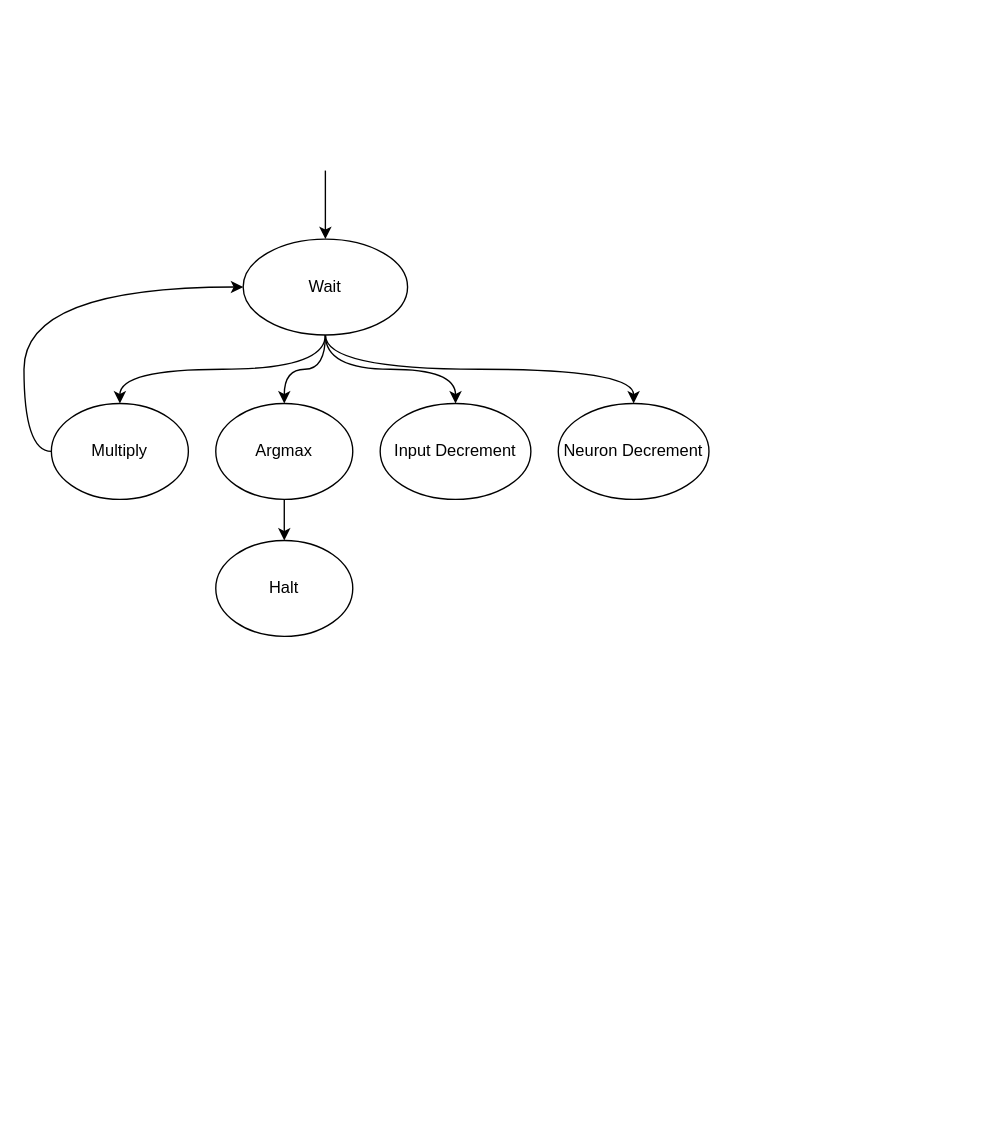
This is page "Page-5" (3 of 3) of concept.drawio from itsmartinhi/NN2HW, a draw.io file, before an edit. Source tidied: cells renumbered, new cells numbered last; positions are measured from the earlier drawing's top-left corner, leaving out a move shared by most shapes. Both pictures are drawn from the tidied source at 137%, with x=0, y=0 at pixel (51, 170).
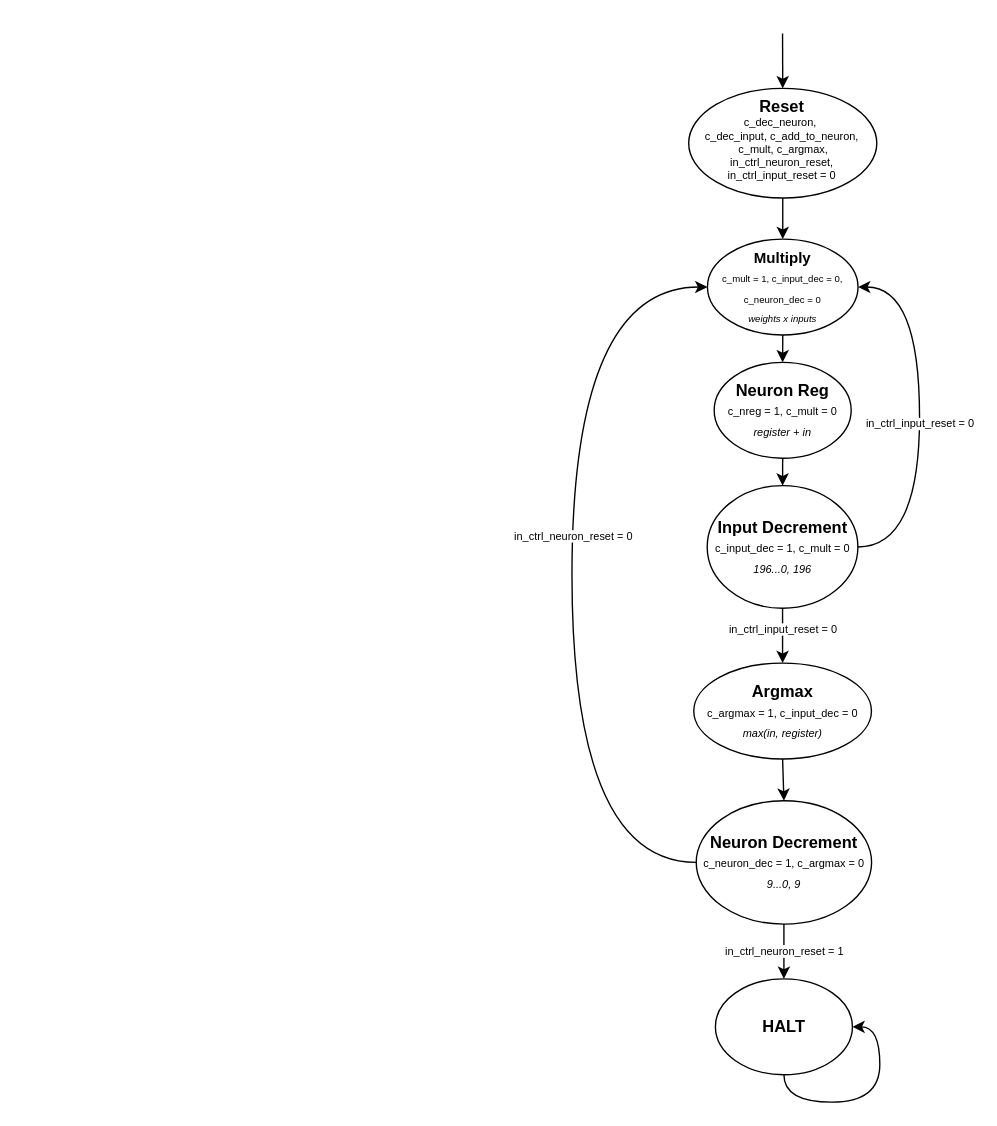
Above is the later version.

Change to the diagram source:
```diff
@@
-    <mxCell id="2" style="edgeStyle=orthogonalEdgeStyle;rounded=0;jettySize=auto;html=1;exitX=0.5;exitY=1;exitDx=0;exitDy=0;entryX=0.5;entryY=0;entryDx=0;entryDy=0;curved=1;" parent="1" edge="1" source="6" target="9">
-      <mxGeometry relative="1" as="geometry" />
-    </mxCell>
-    <mxCell id="3" style="edgeStyle=orthogonalEdgeStyle;rounded=0;jettySize=auto;html=1;exitX=0.5;exitY=1;exitDx=0;exitDy=0;entryX=0.5;entryY=0;entryDx=0;entryDy=0;curved=1;" parent="1" edge="1" source="6" target="11">
-      <mxGeometry relative="1" as="geometry" />
-    </mxCell>
-    <mxCell id="4" style="edgeStyle=orthogonalEdgeStyle;curved=1;rounded=0;jettySize=auto;html=1;exitX=0.5;exitY=1;exitDx=0;exitDy=0;entryX=0.5;entryY=0;entryDx=0;entryDy=0;" parent="1" edge="1" source="6" target="13">
-      <mxGeometry relative="1" as="geometry" />
-    </mxCell>
-    <mxCell id="5" style="edgeStyle=orthogonalEdgeStyle;curved=1;rounded=0;jettySize=auto;html=1;exitX=0.5;exitY=1;exitDx=0;exitDy=0;entryX=0.5;entryY=0;entryDx=0;entryDy=0;" parent="1" edge="1" source="6" target="14">
-      <mxGeometry relative="1" as="geometry" />
-    </mxCell>
-    <mxCell id="6" value="Wait" style="ellipse;whiteSpace=wrap;html=1;" parent="1" vertex="1">
-      <mxGeometry x="140" y="50" width="120" height="70" as="geometry" />
-    </mxCell>
-    <mxCell id="7" style="endArrow=classic;html=1;rounded=0;entryX=0.5;entryY=0;entryDx=0;entryDy=0;" parent="1" edge="1" target="6">
-      <mxGeometry relative="1" as="geometry">
-        <mxPoint x="200" as="sourcePoint" />
-      </mxGeometry>
-    </mxCell>
-    <mxCell id="8" style="edgeStyle=orthogonalEdgeStyle;curved=1;rounded=0;jettySize=auto;html=1;exitX=0;exitY=0.5;exitDx=0;exitDy=0;entryX=0;entryY=0.5;entryDx=0;entryDy=0;" parent="1" edge="1" source="9" target="6">
-      <mxGeometry relative="1" as="geometry" />
-    </mxCell>
+    <mxCell id="15" style="rounded=0;jettySize=auto;html=1;exitX=0.5;exitY=1;exitDx=0;exitDy=0;entryX=0.5;entryY=0;entryDx=0;entryDy=0;fontSize=8;strokeColor=default;" parent="1" edge="1" source="9" target="24">
+      <mxGeometry relative="1" as="geometry" />
+    </mxCell>
-    <mxCell id="9" value="Multiply" style="ellipse;whiteSpace=wrap;html=1;" parent="1" vertex="1">
-      <mxGeometry y="170" width="100" height="70" as="geometry" />
+    <mxCell id="9" value="&lt;font style=&quot;font-size: 11px;&quot;&gt;&lt;b style=&quot;&quot;&gt;Multiply&lt;/b&gt;&lt;br&gt;&lt;/font&gt;&lt;font style=&quot;font-size: 7px;&quot;&gt;&lt;font style=&quot;font-size: 7px; line-height: 0;&quot;&gt;c_mult = 1, c_input_dec = 0, c_neuron_dec = 0&lt;br&gt;&lt;i style=&quot;&quot;&gt;weights x inputs&lt;/i&gt;&lt;/font&gt;&lt;br&gt;&lt;/font&gt;" style="ellipse;whiteSpace=wrap;html=1;verticalAlign=top;spacing=2;" parent="1" vertex="1">
+      <mxGeometry x="478.9" y="50" width="109.9" height="70" as="geometry" />
     </mxCell>
-    <mxCell id="10" style="edgeStyle=orthogonalEdgeStyle;curved=1;rounded=0;jettySize=auto;html=1;exitX=0.5;exitY=1;exitDx=0;exitDy=0;" parent="1" edge="1" source="11" target="12">
-      <mxGeometry relative="1" as="geometry" />
-    </mxCell>
+    <mxCell id="16" style="edgeStyle=none;rounded=0;jettySize=auto;html=1;exitX=0.5;exitY=1;exitDx=0;exitDy=0;entryX=0.5;entryY=0;entryDx=0;entryDy=0;fontSize=8;strokeColor=default;" parent="1" edge="1" source="11" target="14">
+      <mxGeometry relative="1" as="geometry" />
+    </mxCell>
-    <mxCell id="11" value="Argmax" style="ellipse;whiteSpace=wrap;html=1;" parent="1" vertex="1">
-      <mxGeometry x="120" y="170" width="100" height="70" as="geometry" />
+    <mxCell id="11" value="&lt;b&gt;Argmax&lt;/b&gt;&lt;br&gt;&lt;font style=&quot;font-size: 8px;&quot;&gt;c_argmax = 1, c_input_dec = 0&lt;br&gt;&lt;i&gt;max(in, register)&lt;/i&gt;&lt;br&gt;&lt;/font&gt;" style="ellipse;whiteSpace=wrap;html=1;" parent="1" vertex="1">
+      <mxGeometry x="468.9" y="359.5" width="129.7" height="70" as="geometry" />
     </mxCell>
-    <mxCell id="12" value="Halt" style="ellipse;whiteSpace=wrap;html=1;" parent="1" vertex="1">
-      <mxGeometry x="120" y="270" width="100" height="70" as="geometry" />
-    </mxCell>
+    <mxCell id="17" style="rounded=0;jettySize=auto;html=1;exitX=1;exitY=0.5;exitDx=0;exitDy=0;fontSize=8;strokeColor=default;entryX=1;entryY=0.5;entryDx=0;entryDy=0;edgeStyle=orthogonalEdgeStyle;curved=1;" parent="1" edge="1" source="13" target="9">
+      <mxGeometry relative="1" as="geometry">
+        <Array as="points">
+          <mxPoint x="633.7" y="275" />
+          <mxPoint x="633.7" y="85" />
+        </Array>
+      </mxGeometry>
+    </mxCell>
+    <mxCell id="18" value="in_ctrl_input_reset = 0" style="edgeLabel;html=1;align=center;verticalAlign=middle;fontSize=8;" parent="17" vertex="1">
+      <mxGeometry x="-0.17" relative="1" as="geometry">
+        <mxPoint y="-19" as="offset" />
+      </mxGeometry>
+    </mxCell>
-    <mxCell id="13" value="Input Decrement" style="ellipse;whiteSpace=wrap;html=1;" parent="1" vertex="1">
-      <mxGeometry x="240" y="170" width="110" height="70" as="geometry" />
+    <mxCell id="13" value="&lt;b&gt;Input Decrement&lt;/b&gt;&lt;br&gt;&lt;font style=&quot;font-size: 8px; line-height: 0.8;&quot;&gt;c_input_dec = 1, c_mult = 0&lt;br&gt;&lt;i&gt;196...0, 196&lt;/i&gt;&lt;br&gt;&lt;/font&gt;" style="ellipse;whiteSpace=wrap;html=1;" parent="1" vertex="1">
+      <mxGeometry x="478.7" y="230" width="110" height="89.5" as="geometry" />
     </mxCell>
-    <mxCell id="14" value="Neuron Decrement" style="ellipse;whiteSpace=wrap;html=1;" parent="1" vertex="1">
-      <mxGeometry x="370" y="170" width="110" height="70" as="geometry" />
+    <mxCell id="14" value="&lt;b&gt;Neuron Decrement&lt;/b&gt;&lt;br style=&quot;font-size: 11px;&quot;&gt;&lt;font style=&quot;font-size: 8px;&quot;&gt;c_neuron_dec = 1, c_argmax = 0&lt;br&gt;&lt;i&gt;9...0, 9&lt;/i&gt;&lt;br&gt;&lt;/font&gt;" style="ellipse;whiteSpace=wrap;html=1;" parent="1" vertex="1">
+      <mxGeometry x="470.7" y="460" width="128" height="90" as="geometry" />
     </mxCell>
+    <mxCell id="19" style="edgeStyle=orthogonalEdgeStyle;curved=1;rounded=0;jettySize=auto;html=1;exitX=0.5;exitY=1;exitDx=0;exitDy=0;entryX=0.5;entryY=0;entryDx=0;entryDy=0;fontSize=8;strokeColor=default;" parent="1" edge="1" source="20" target="9">
+      <mxGeometry relative="1" as="geometry" />
+    </mxCell>
+    <mxCell id="20" value="&lt;b&gt;Reset&lt;/b&gt;&lt;font style=&quot;font-size: 8px;&quot;&gt;&lt;br&gt;&lt;div&gt;&lt;span style=&quot;background-color: initial;&quot;&gt;c_dec_neuron,&amp;nbsp;&lt;/span&gt;&lt;/div&gt;&lt;div&gt;&lt;span style=&quot;background-color: initial;&quot;&gt;c_dec_input,&amp;nbsp;&lt;/span&gt;&lt;span style=&quot;background-color: initial;&quot;&gt;c_add_to_neuron,&lt;/span&gt;&lt;/div&gt;&lt;div&gt;&lt;span style=&quot;background-color: initial;&quot;&gt;&amp;nbsp;&lt;/span&gt;&lt;span style=&quot;background-color: initial;&quot;&gt;c_mult,&amp;nbsp;&lt;/span&gt;&lt;span style=&quot;background-color: initial;&quot;&gt;c_argmax,&lt;/span&gt;&lt;/div&gt;&lt;div&gt;&lt;span style=&quot;background-color: initial;&quot;&gt;in_ctrl_neuron_reset,&lt;/span&gt;&lt;/div&gt;&lt;div&gt;&lt;span style=&quot;background-color: initial;&quot;&gt;in_ctrl_input_reset = 0&lt;/span&gt;&lt;/div&gt;&lt;/font&gt;" style="ellipse;whiteSpace=wrap;html=1;align=center;verticalAlign=top;" parent="1" vertex="1">
+      <mxGeometry x="465.2" y="-60" width="137.3" height="80" as="geometry" />
+    </mxCell>
+    <mxCell id="21" style="endArrow=classic;html=1;rounded=0;" parent="1" edge="1" target="20">
+      <mxGeometry relative="1" as="geometry">
+        <mxPoint x="533.7" y="-100" as="sourcePoint" />
+      </mxGeometry>
+    </mxCell>
+    <mxCell id="22" value="in_ctrl_input_reset = 0" style="rounded=0;jettySize=auto;html=1;fontSize=8;strokeColor=default;entryX=0.5;entryY=0;entryDx=0;entryDy=0;exitX=0.5;exitY=1;exitDx=0;exitDy=0;" parent="1" edge="1" source="13" target="11">
+      <mxGeometry x="-0.2" relative="1" as="geometry" />
+    </mxCell>
+    <mxCell id="23" style="edgeStyle=none;rounded=0;jettySize=auto;html=1;exitX=0.5;exitY=1;exitDx=0;exitDy=0;fontSize=8;strokeColor=default;" parent="1" edge="1" source="24" target="13">
+      <mxGeometry relative="1" as="geometry" />
+    </mxCell>
+    <mxCell id="24" value="&lt;b&gt;Neuron Reg&lt;/b&gt;&lt;br&gt;&lt;font style=&quot;font-size: 8px;&quot;&gt;c_nreg = 1, c_mult = 0&lt;br&gt;&lt;i&gt;register + in&lt;/i&gt;&lt;br&gt;&lt;/font&gt;" style="ellipse;whiteSpace=wrap;html=1;" parent="1" vertex="1">
+      <mxGeometry x="483.8" y="140" width="100" height="70" as="geometry" />
+    </mxCell>
+    <mxCell id="25" value="&lt;span style=&quot;color: rgb(0, 0, 0); font-family: Helvetica; font-size: 8px; font-style: normal; font-variant-ligatures: normal; font-variant-caps: normal; font-weight: 400; letter-spacing: normal; orphans: 2; text-align: center; text-indent: 0px; text-transform: none; widows: 2; word-spacing: 0px; -webkit-text-stroke-width: 0px; background-color: rgb(255, 255, 255); text-decoration-thickness: initial; text-decoration-style: initial; text-decoration-color: initial; float: none; display: inline !important;&quot;&gt;in_ctrl_neuron_reset = 1&lt;/span&gt;" style="rounded=0;jettySize=auto;html=1;fontSize=8;strokeColor=default;entryX=0.5;entryY=0;entryDx=0;entryDy=0;exitX=0.5;exitY=1;exitDx=0;exitDy=0;" parent="1" edge="1" source="14" target="28">
+      <mxGeometry relative="1" as="geometry" />
+    </mxCell>
+    <mxCell id="26" style="edgeStyle=orthogonalEdgeStyle;rounded=0;jettySize=auto;html=1;exitX=0;exitY=0.5;exitDx=0;exitDy=0;entryX=0;entryY=0.5;entryDx=0;entryDy=0;fontSize=8;strokeColor=default;curved=1;" parent="1" edge="1" source="14" target="9">
+      <mxGeometry relative="1" as="geometry">
+        <Array as="points">
+          <mxPoint x="380" y="505" />
+          <mxPoint x="380" y="85" />
+        </Array>
+      </mxGeometry>
+    </mxCell>
+    <mxCell id="27" value="in_ctrl_neuron_reset = 0" style="edgeLabel;html=1;align=center;verticalAlign=middle;fontSize=8;" parent="26" vertex="1">
+      <mxGeometry x="0.08" relative="1" as="geometry" />
+    </mxCell>
+    <mxCell id="28" value="&lt;b&gt;HALT&lt;/b&gt;" style="ellipse;whiteSpace=wrap;html=1;" parent="1" vertex="1">
+      <mxGeometry x="484.7" y="590" width="100" height="70" as="geometry" />
+    </mxCell>
+    <mxCell id="29" style="edgeStyle=orthogonalEdgeStyle;rounded=0;orthogonalLoop=1;jettySize=auto;html=1;exitX=0.5;exitY=1;exitDx=0;exitDy=0;entryX=1;entryY=0.5;entryDx=0;entryDy=0;fontSize=8;strokeColor=default;curved=1;" parent="1" edge="1" source="28" target="28">
+      <mxGeometry relative="1" as="geometry" />
+    </mxCell>
```
